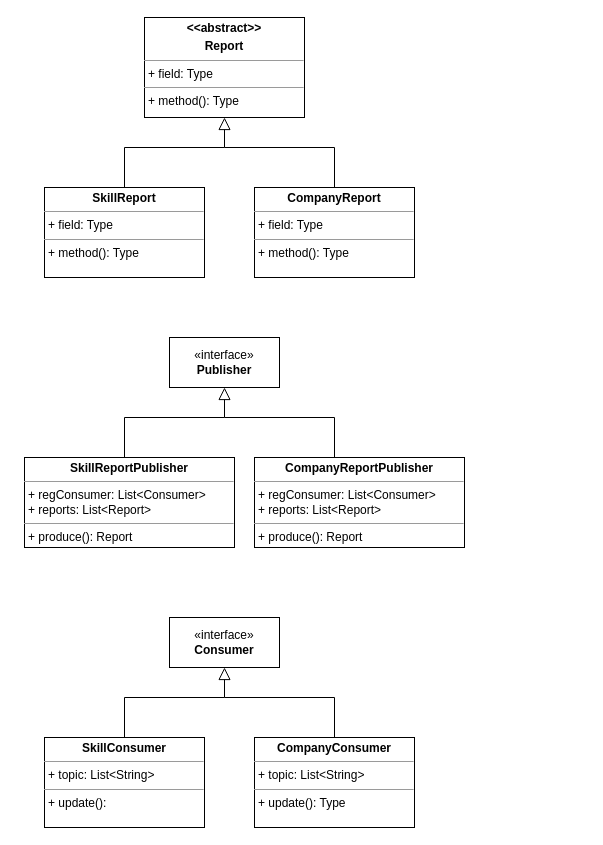
This is A7_2.drawio from tobiasenger/zeichnungen, a draw.io file, before an edit. Source tidied: cells renumbered, new cells numbered last; positions are measured from the earlier drawing's top-left corner, leaving out a move shared by most shapes. Both pictures are drawn from the tidied source at 100%, with x=0, y=0 at pixel (24, 17).
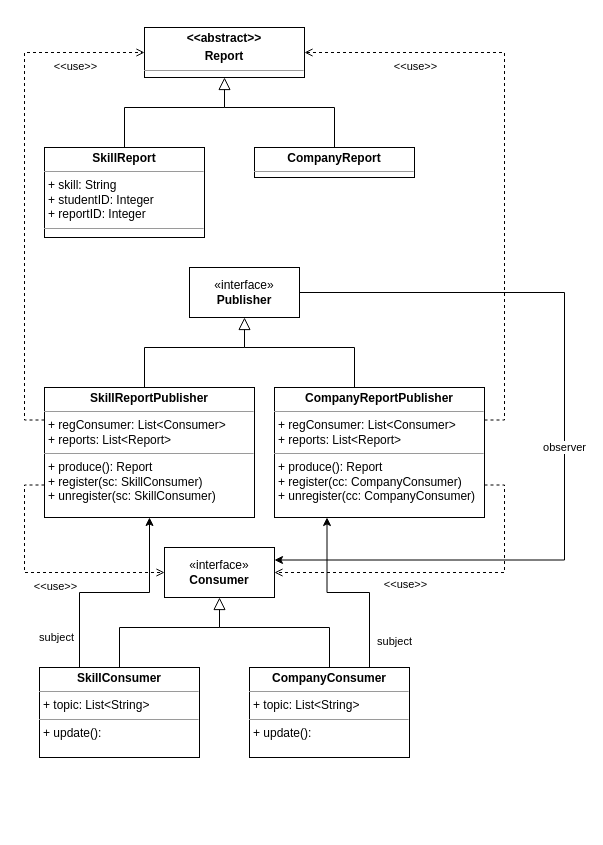
The same diagram, later.

What changed in the source:
```diff
@@
-    <mxCell id="2" value="&lt;p style=&quot;margin:0px;margin-top:4px;text-align:center;&quot;&gt;&lt;b&gt;&amp;lt;&amp;lt;abstract&amp;gt;&amp;gt;&lt;/b&gt;&lt;/p&gt;&lt;p style=&quot;margin:0px;margin-top:4px;text-align:center;&quot;&gt;&lt;b&gt;Report&lt;/b&gt;&lt;/p&gt;&lt;hr size=&quot;1&quot;&gt;&lt;p style=&quot;margin:0px;margin-left:4px;&quot;&gt;+ field: Type&lt;/p&gt;&lt;hr size=&quot;1&quot;&gt;&lt;p style=&quot;margin:0px;margin-left:4px;&quot;&gt;+ method(): Type&lt;/p&gt;" style="verticalAlign=top;align=left;overflow=fill;fontSize=12;fontFamily=Helvetica;html=1;whiteSpace=wrap;" parent="1" vertex="1">
-      <mxGeometry x="120" width="160" height="100" as="geometry" />
+    <mxCell id="2" value="&lt;p style=&quot;margin:0px;margin-top:4px;text-align:center;&quot;&gt;&lt;b&gt;&amp;lt;&amp;lt;abstract&amp;gt;&amp;gt;&lt;/b&gt;&lt;/p&gt;&lt;p style=&quot;margin:0px;margin-top:4px;text-align:center;&quot;&gt;&lt;b&gt;Report&lt;/b&gt;&lt;/p&gt;&lt;hr size=&quot;1&quot;&gt;&lt;p style=&quot;margin:0px;margin-left:4px;&quot;&gt;&lt;/p&gt;&lt;p style=&quot;margin:0px;margin-left:4px;&quot;&gt;&lt;br&gt;&lt;/p&gt;" style="verticalAlign=top;align=left;overflow=fill;fontSize=12;fontFamily=Helvetica;html=1;whiteSpace=wrap;" parent="1" vertex="1">
+      <mxGeometry x="120" y="10" width="160" height="50" as="geometry" />
     </mxCell>
-    <mxCell id="3" value="&lt;p style=&quot;margin:0px;margin-top:4px;text-align:center;&quot;&gt;&lt;b&gt;SkillReport&lt;/b&gt;&lt;/p&gt;&lt;hr size=&quot;1&quot;&gt;&lt;p style=&quot;margin:0px;margin-left:4px;&quot;&gt;+ field: Type&lt;/p&gt;&lt;hr size=&quot;1&quot;&gt;&lt;p style=&quot;margin:0px;margin-left:4px;&quot;&gt;+ method(): Type&lt;/p&gt;" style="verticalAlign=top;align=left;overflow=fill;fontSize=12;fontFamily=Helvetica;html=1;whiteSpace=wrap;" parent="1" vertex="1">
-      <mxGeometry x="20" y="170" width="160" height="90" as="geometry" />
+    <mxCell id="3" value="&lt;p style=&quot;margin:0px;margin-top:4px;text-align:center;&quot;&gt;&lt;b&gt;SkillReport&lt;/b&gt;&lt;/p&gt;&lt;hr size=&quot;1&quot;&gt;&lt;p style=&quot;margin:0px;margin-left:4px;&quot;&gt;+ skill: String&lt;/p&gt;&lt;p style=&quot;margin:0px;margin-left:4px;&quot;&gt;+ studentID: Integer&lt;/p&gt;&lt;p style=&quot;margin:0px;margin-left:4px;&quot;&gt;+ reportID: Integer&lt;/p&gt;&lt;hr size=&quot;1&quot;&gt;&lt;p style=&quot;margin:0px;margin-left:4px;&quot;&gt;&lt;br&gt;&lt;/p&gt;" style="verticalAlign=top;align=left;overflow=fill;fontSize=12;fontFamily=Helvetica;html=1;whiteSpace=wrap;" parent="1" vertex="1">
+      <mxGeometry x="20" y="130" width="160" height="90" as="geometry" />
     </mxCell>
-    <mxCell id="4" value="&lt;p style=&quot;margin:0px;margin-top:4px;text-align:center;&quot;&gt;&lt;b&gt;CompanyReport&lt;/b&gt;&lt;/p&gt;&lt;hr size=&quot;1&quot;&gt;&lt;p style=&quot;margin:0px;margin-left:4px;&quot;&gt;+ field: Type&lt;/p&gt;&lt;hr size=&quot;1&quot;&gt;&lt;p style=&quot;margin:0px;margin-left:4px;&quot;&gt;+ method(): Type&lt;/p&gt;" style="verticalAlign=top;align=left;overflow=fill;fontSize=12;fontFamily=Helvetica;html=1;whiteSpace=wrap;" parent="1" vertex="1">
-      <mxGeometry x="230" y="170" width="160" height="90" as="geometry" />
+    <mxCell id="4" value="&lt;p style=&quot;margin:0px;margin-top:4px;text-align:center;&quot;&gt;&lt;b&gt;CompanyReport&lt;/b&gt;&lt;/p&gt;&lt;hr size=&quot;1&quot;&gt;&lt;p style=&quot;margin:0px;margin-left:4px;&quot;&gt;&lt;/p&gt;&lt;p style=&quot;margin:0px;margin-left:4px;&quot;&gt;&lt;br&gt;&lt;/p&gt;" style="verticalAlign=top;align=left;overflow=fill;fontSize=12;fontFamily=Helvetica;html=1;whiteSpace=wrap;" parent="1" vertex="1">
+      <mxGeometry x="230" y="130" width="160" height="30" as="geometry" />
     </mxCell>
+    <mxCell id="17" style="edgeStyle=orthogonalEdgeStyle;rounded=0;jettySize=auto;html=1;exitX=1;exitY=0.5;exitDx=0;exitDy=0;entryX=1;entryY=0.25;entryDx=0;entryDy=0;" parent="1" edge="1" source="5" target="12">
+      <mxGeometry relative="1" as="geometry">
+        <Array as="points">
+          <mxPoint x="540" y="275" />
+          <mxPoint x="540" y="542" />
+        </Array>
+      </mxGeometry>
+    </mxCell>
+    <mxCell id="18" value="observer" style="edgeLabel;html=1;align=center;verticalAlign=middle;" parent="17" vertex="1">
+      <mxGeometry x="0.02" y="-1" relative="1" as="geometry" />
+    </mxCell>
     <mxCell id="5" value="«interface»&lt;br&gt;&lt;b&gt;Publisher&lt;/b&gt;" style="html=1;whiteSpace=wrap;" parent="1" vertex="1">
-      <mxGeometry x="145" y="320" width="110" height="50" as="geometry" />
+      <mxGeometry x="165" y="250" width="110" height="50" as="geometry" />
     </mxCell>
     <mxCell id="6" style="edgeStyle=orthogonalEdgeStyle;rounded=0;jettySize=auto;html=1;exitX=0.5;exitY=0;exitDx=0;exitDy=0;entryX=0.5;entryY=1;entryDx=0;entryDy=0;endArrow=block;endFill=0;endSize=10;" parent="1" edge="1" source="7" target="5">
       <mxGeometry relative="1" as="geometry">
         <Array as="points">
-          <mxPoint x="100" y="400" />
-          <mxPoint x="200" y="400" />
+          <mxPoint x="120" y="330" />
+          <mxPoint x="220" y="330" />
         </Array>
       </mxGeometry>
     </mxCell>
+    <mxCell id="19" style="edgeStyle=orthogonalEdgeStyle;rounded=0;jettySize=auto;html=1;exitX=0;exitY=0.75;exitDx=0;exitDy=0;entryX=0;entryY=0.5;entryDx=0;entryDy=0;dashed=1;endArrow=open;endFill=0;" parent="1" edge="1" source="7" target="12">
+      <mxGeometry relative="1" as="geometry" />
+    </mxCell>
+    <mxCell id="20" style="edgeStyle=orthogonalEdgeStyle;rounded=0;jettySize=auto;html=1;exitX=0;exitY=0.25;exitDx=0;exitDy=0;entryX=0;entryY=0.5;entryDx=0;entryDy=0;dashed=1;endArrow=open;endFill=0;" parent="1" edge="1" source="7" target="2">
+      <mxGeometry relative="1" as="geometry" />
+    </mxCell>
-    <mxCell id="7" value="&lt;p style=&quot;margin:0px;margin-top:4px;text-align:center;&quot;&gt;&lt;b&gt;SkillReportPublisher&lt;/b&gt;&lt;/p&gt;&lt;hr size=&quot;1&quot;&gt;&lt;p style=&quot;margin:0px;margin-left:4px;&quot;&gt;+ regConsumer: List&amp;lt;Consumer&amp;gt;&lt;/p&gt;&lt;p style=&quot;margin:0px;margin-left:4px;&quot;&gt;+ reports: List&amp;lt;Report&amp;gt;&lt;/p&gt;&lt;hr size=&quot;1&quot;&gt;&lt;p style=&quot;margin:0px;margin-left:4px;&quot;&gt;+ produce(): Report&lt;/p&gt;" style="verticalAlign=top;align=left;overflow=fill;fontSize=12;fontFamily=Helvetica;html=1;whiteSpace=wrap;" parent="1" vertex="1">
-      <mxGeometry y="440" width="210" height="90" as="geometry" />
+    <mxCell id="7" value="&lt;p style=&quot;margin:0px;margin-top:4px;text-align:center;&quot;&gt;&lt;b&gt;SkillReportPublisher&lt;/b&gt;&lt;/p&gt;&lt;hr size=&quot;1&quot;&gt;&lt;p style=&quot;margin:0px;margin-left:4px;&quot;&gt;+ regConsumer: List&amp;lt;Consumer&amp;gt;&lt;/p&gt;&lt;p style=&quot;margin:0px;margin-left:4px;&quot;&gt;+ reports: List&amp;lt;Report&amp;gt;&lt;/p&gt;&lt;hr size=&quot;1&quot;&gt;&lt;p style=&quot;margin:0px;margin-left:4px;&quot;&gt;+ produce(): Report&lt;/p&gt;&lt;p style=&quot;margin:0px;margin-left:4px;&quot;&gt;+ register(sc: SkillConsumer)&lt;/p&gt;&lt;p style=&quot;margin:0px;margin-left:4px;&quot;&gt;+ unregister(sc: SkillConsumer)&lt;br&gt;&lt;/p&gt;" style="verticalAlign=top;align=left;overflow=fill;fontSize=12;fontFamily=Helvetica;html=1;whiteSpace=wrap;" parent="1" vertex="1">
+      <mxGeometry x="20" y="370" width="210" height="130" as="geometry" />
     </mxCell>
     <mxCell id="8" style="edgeStyle=orthogonalEdgeStyle;rounded=0;orthogonalLoop=1;jettySize=auto;html=1;exitX=0.5;exitY=0;exitDx=0;exitDy=0;endArrow=none;endFill=0;" parent="1" edge="1">
       <mxGeometry relative="1" as="geometry">
-        <mxPoint x="310" y="170" as="sourcePoint" />
-        <mxPoint x="200" y="130" as="targetPoint" />
+        <mxPoint x="310" y="130" as="sourcePoint" />
+        <mxPoint x="200" y="90" as="targetPoint" />
         <Array as="points">
-          <mxPoint x="310" y="130" />
+          <mxPoint x="310" y="90" />
         </Array>
       </mxGeometry>
     </mxCell>
+    <mxCell id="21" style="edgeStyle=orthogonalEdgeStyle;rounded=0;jettySize=auto;html=1;exitX=1;exitY=0.75;exitDx=0;exitDy=0;entryX=1;entryY=0.5;entryDx=0;entryDy=0;dashed=1;endArrow=open;endFill=0;" parent="1" edge="1" source="9" target="12">
+      <mxGeometry relative="1" as="geometry" />
+    </mxCell>
+    <mxCell id="22" style="edgeStyle=orthogonalEdgeStyle;rounded=0;jettySize=auto;html=1;exitX=1;exitY=0.25;exitDx=0;exitDy=0;entryX=1;entryY=0.5;entryDx=0;entryDy=0;dashed=1;endArrow=open;endFill=0;" parent="1" edge="1" source="9" target="2">
+      <mxGeometry relative="1" as="geometry" />
+    </mxCell>
+    <mxCell id="23" value="&amp;lt;&amp;lt;use&amp;gt;&amp;gt;" style="edgeLabel;html=1;align=center;verticalAlign=middle;" parent="22" vertex="1">
+      <mxGeometry x="-0.33" y="4" relative="1" as="geometry">
+        <mxPoint x="-86" y="-177" as="offset" />
+      </mxGeometry>
+    </mxCell>
+    <mxCell id="24" value="&amp;lt;&amp;lt;use&amp;gt;&amp;gt;" style="edgeLabel;html=1;align=center;verticalAlign=middle;" parent="22" vertex="1">
+      <mxGeometry x="-0.33" y="4" relative="1" as="geometry">
+        <mxPoint x="-426" y="-177" as="offset" />
+      </mxGeometry>
+    </mxCell>
+    <mxCell id="25" value="&amp;lt;&amp;lt;use&amp;gt;&amp;gt;" style="edgeLabel;html=1;align=center;verticalAlign=middle;" parent="22" vertex="1">
+      <mxGeometry x="-0.33" y="4" relative="1" as="geometry">
+        <mxPoint x="-446" y="343" as="offset" />
+      </mxGeometry>
+    </mxCell>
+    <mxCell id="26" value="&amp;lt;&amp;lt;use&amp;gt;&amp;gt;" style="edgeLabel;html=1;align=center;verticalAlign=middle;" parent="22" vertex="1">
+      <mxGeometry x="-0.33" y="4" relative="1" as="geometry">
+        <mxPoint x="-96" y="341" as="offset" />
+      </mxGeometry>
+    </mxCell>
-    <mxCell id="9" value="&lt;p style=&quot;margin:0px;margin-top:4px;text-align:center;&quot;&gt;&lt;b&gt;CompanyReportPublisher&lt;/b&gt;&lt;/p&gt;&lt;hr size=&quot;1&quot;&gt;&lt;p style=&quot;margin:0px;margin-left:4px;&quot;&gt;+ regConsumer: List&amp;lt;Consumer&amp;gt;&lt;/p&gt;&lt;p style=&quot;margin:0px;margin-left:4px;&quot;&gt;+ reports: List&amp;lt;Report&amp;gt;&lt;/p&gt;&lt;hr size=&quot;1&quot;&gt;&lt;p style=&quot;margin:0px;margin-left:4px;&quot;&gt;+ produce(): Report&lt;/p&gt;" style="verticalAlign=top;align=left;overflow=fill;fontSize=12;fontFamily=Helvetica;html=1;whiteSpace=wrap;" parent="1" vertex="1">
-      <mxGeometry x="230" y="440" width="210" height="90" as="geometry" />
+    <mxCell id="9" value="&lt;p style=&quot;margin:0px;margin-top:4px;text-align:center;&quot;&gt;&lt;b&gt;CompanyReportPublisher&lt;/b&gt;&lt;/p&gt;&lt;hr size=&quot;1&quot;&gt;&lt;p style=&quot;margin:0px;margin-left:4px;&quot;&gt;+ regConsumer: List&amp;lt;Consumer&amp;gt;&lt;/p&gt;&lt;p style=&quot;margin:0px;margin-left:4px;&quot;&gt;+ reports: List&amp;lt;Report&amp;gt;&lt;/p&gt;&lt;hr size=&quot;1&quot;&gt;&lt;p style=&quot;margin:0px;margin-left:4px;&quot;&gt;+ produce(): Report&lt;/p&gt;&lt;p style=&quot;border-color: var(--border-color); margin: 0px 0px 0px 4px;&quot;&gt;+ register(cc: CompanyConsumer)&lt;/p&gt;&lt;p style=&quot;border-color: var(--border-color); margin: 0px 0px 0px 4px;&quot;&gt;+ unregister(cc: CompanyConsumer)&lt;/p&gt;" style="verticalAlign=top;align=left;overflow=fill;fontSize=12;fontFamily=Helvetica;html=1;whiteSpace=wrap;" parent="1" vertex="1">
+      <mxGeometry x="250" y="370" width="210" height="130" as="geometry" />
     </mxCell>
     <mxCell id="10" style="edgeStyle=orthogonalEdgeStyle;rounded=0;orthogonalLoop=1;jettySize=auto;html=1;exitX=0.5;exitY=0;exitDx=0;exitDy=0;entryX=0.5;entryY=1;entryDx=0;entryDy=0;endArrow=block;endFill=0;endSize=10;" parent="1" edge="1">
       <mxGeometry relative="1" as="geometry">
-        <mxPoint x="100" y="170" as="sourcePoint" />
-        <mxPoint x="200" y="100" as="targetPoint" />
+        <mxPoint x="100" y="130" as="sourcePoint" />
+        <mxPoint x="200" y="60" as="targetPoint" />
         <Array as="points">
-          <mxPoint x="100" y="130" />
-          <mxPoint x="200" y="130" />
+          <mxPoint x="100" y="90" />
+          <mxPoint x="200" y="90" />
         </Array>
       </mxGeometry>
     </mxCell>
     <mxCell id="11" style="edgeStyle=orthogonalEdgeStyle;rounded=0;orthogonalLoop=1;jettySize=auto;html=1;exitX=0.5;exitY=0;exitDx=0;exitDy=0;endArrow=none;endFill=0;" parent="1" edge="1">
       <mxGeometry relative="1" as="geometry">
-        <mxPoint x="310" y="440" as="sourcePoint" />
-        <mxPoint x="200" y="400" as="targetPoint" />
+        <mxPoint x="330" y="370" as="sourcePoint" />
+        <mxPoint x="220" y="330" as="targetPoint" />
         <Array as="points">
-          <mxPoint x="310" y="400" />
+          <mxPoint x="330" y="330" />
         </Array>
       </mxGeometry>
     </mxCell>
     <mxCell id="12" value="«interface»&lt;br&gt;&lt;b&gt;Consumer&lt;/b&gt;" style="html=1;whiteSpace=wrap;" parent="1" vertex="1">
-      <mxGeometry x="145" y="600" width="110" height="50" as="geometry" />
+      <mxGeometry x="140" y="530" width="110" height="50" as="geometry" />
     </mxCell>
     <mxCell id="13" style="edgeStyle=orthogonalEdgeStyle;rounded=0;jettySize=auto;html=1;exitX=0.5;exitY=0;exitDx=0;exitDy=0;entryX=0.5;entryY=1;entryDx=0;entryDy=0;endArrow=block;endFill=0;endSize=10;" parent="1" edge="1" source="14" target="12">
       <mxGeometry relative="1" as="geometry">
         <Array as="points">
-          <mxPoint x="100" y="680" />
-          <mxPoint x="200" y="680" />
+          <mxPoint x="95" y="610" />
+          <mxPoint x="195" y="610" />
         </Array>
       </mxGeometry>
     </mxCell>
+    <mxCell id="27" style="edgeStyle=orthogonalEdgeStyle;rounded=0;jettySize=auto;html=1;exitX=0.25;exitY=0;exitDx=0;exitDy=0;entryX=0.5;entryY=1;entryDx=0;entryDy=0;" parent="1" edge="1" source="14" target="7">
+      <mxGeometry relative="1" as="geometry" />
+    </mxCell>
+    <mxCell id="28" value="subject" style="edgeLabel;html=1;align=center;verticalAlign=middle;" parent="27" vertex="1">
+      <mxGeometry x="-0.72" y="-2" relative="1" as="geometry">
+        <mxPoint x="-26" as="offset" />
+      </mxGeometry>
+    </mxCell>
     <mxCell id="14" value="&lt;p style=&quot;margin:0px;margin-top:4px;text-align:center;&quot;&gt;&lt;b&gt;SkillConsumer&lt;/b&gt;&lt;/p&gt;&lt;hr size=&quot;1&quot;&gt;&lt;p style=&quot;margin:0px;margin-left:4px;&quot;&gt;+ topic: List&amp;lt;String&amp;gt;&lt;/p&gt;&lt;hr size=&quot;1&quot;&gt;&lt;p style=&quot;margin:0px;margin-left:4px;&quot;&gt;+ update():&lt;/p&gt;" style="verticalAlign=top;align=left;overflow=fill;fontSize=12;fontFamily=Helvetica;html=1;whiteSpace=wrap;" parent="1" vertex="1">
-      <mxGeometry x="20" y="720" width="160" height="90" as="geometry" />
+      <mxGeometry x="15" y="650" width="160" height="90" as="geometry" />
     </mxCell>
+    <mxCell id="29" style="edgeStyle=orthogonalEdgeStyle;rounded=0;jettySize=auto;html=1;exitX=0.75;exitY=0;exitDx=0;exitDy=0;entryX=0.25;entryY=1;entryDx=0;entryDy=0;" parent="1" edge="1" source="15" target="9">
+      <mxGeometry relative="1" as="geometry" />
+    </mxCell>
+    <mxCell id="30" value="subject" style="edgeLabel;html=1;align=center;verticalAlign=middle;" parent="29" vertex="1">
+      <mxGeometry x="-0.72" y="-12" relative="1" as="geometry">
+        <mxPoint x="12" as="offset" />
+      </mxGeometry>
+    </mxCell>
-    <mxCell id="15" value="&lt;p style=&quot;margin:0px;margin-top:4px;text-align:center;&quot;&gt;&lt;b&gt;CompanyConsumer&lt;/b&gt;&lt;/p&gt;&lt;hr size=&quot;1&quot;&gt;&lt;p style=&quot;margin:0px;margin-left:4px;&quot;&gt;+ topic: List&amp;lt;String&amp;gt;&lt;/p&gt;&lt;hr size=&quot;1&quot;&gt;&lt;p style=&quot;margin:0px;margin-left:4px;&quot;&gt;+ update(): Type&lt;/p&gt;" style="verticalAlign=top;align=left;overflow=fill;fontSize=12;fontFamily=Helvetica;html=1;whiteSpace=wrap;" parent="1" vertex="1">
-      <mxGeometry x="230" y="720" width="160" height="90" as="geometry" />
+    <mxCell id="15" value="&lt;p style=&quot;margin:0px;margin-top:4px;text-align:center;&quot;&gt;&lt;b&gt;CompanyConsumer&lt;/b&gt;&lt;/p&gt;&lt;hr size=&quot;1&quot;&gt;&lt;p style=&quot;margin:0px;margin-left:4px;&quot;&gt;+ topic: List&amp;lt;String&amp;gt;&lt;/p&gt;&lt;hr size=&quot;1&quot;&gt;&lt;p style=&quot;margin:0px;margin-left:4px;&quot;&gt;+ update():&amp;nbsp;&lt;/p&gt;" style="verticalAlign=top;align=left;overflow=fill;fontSize=12;fontFamily=Helvetica;html=1;whiteSpace=wrap;" parent="1" vertex="1">
+      <mxGeometry x="225" y="650" width="160" height="90" as="geometry" />
     </mxCell>
     <mxCell id="16" style="edgeStyle=orthogonalEdgeStyle;rounded=0;orthogonalLoop=1;jettySize=auto;html=1;exitX=0.5;exitY=0;exitDx=0;exitDy=0;endArrow=none;endFill=0;" parent="1" edge="1">
       <mxGeometry relative="1" as="geometry">
-        <mxPoint x="310" y="720" as="sourcePoint" />
-        <mxPoint x="200" y="680" as="targetPoint" />
+        <mxPoint x="305" y="650" as="sourcePoint" />
+        <mxPoint x="195" y="610" as="targetPoint" />
         <Array as="points">
-          <mxPoint x="310" y="680" />
+          <mxPoint x="305" y="610" />
         </Array>
       </mxGeometry>
     </mxCell>
```
